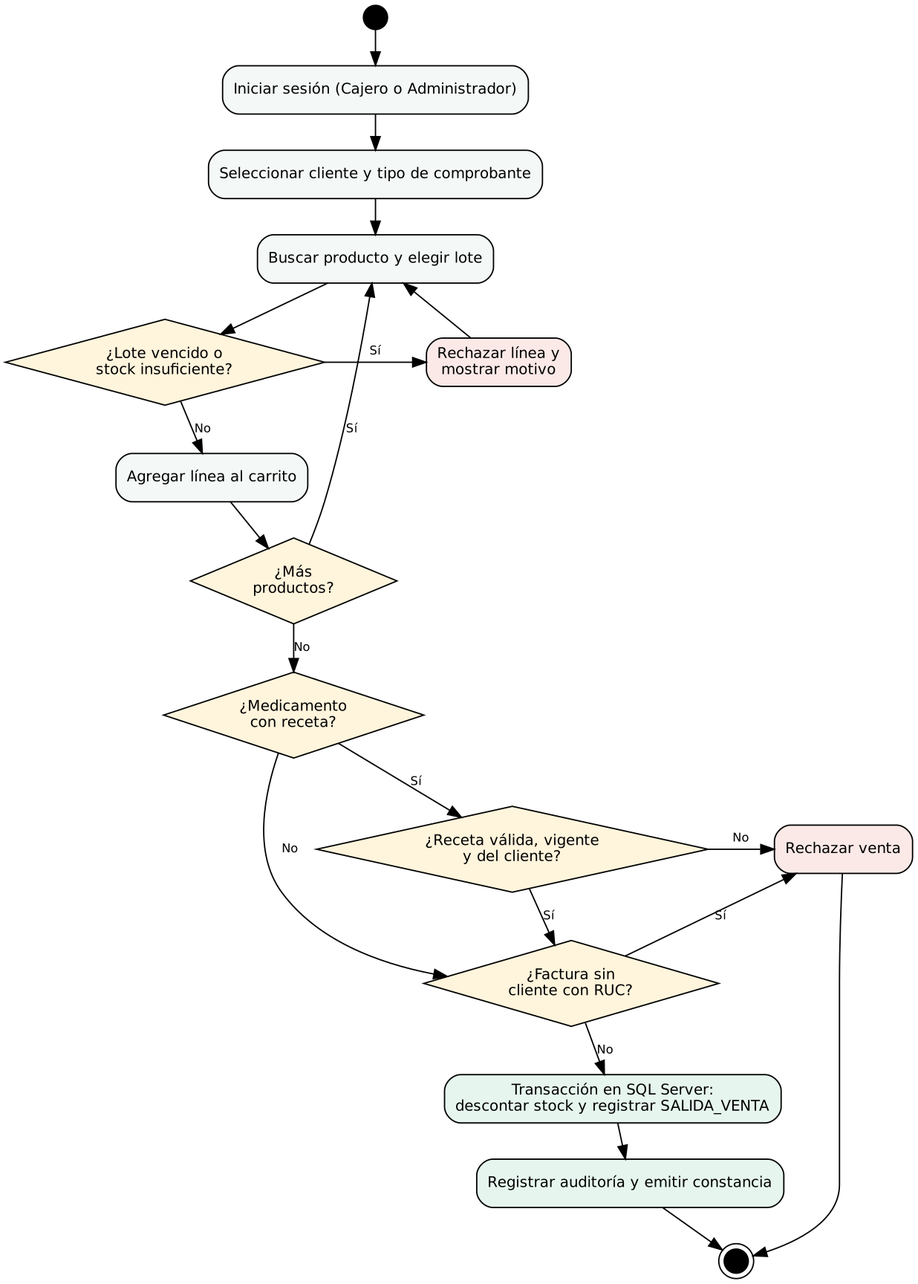
Before: docs/diagramas/actividad_venta.png, a diagram exported from Mermaid (angelonavarroxd23-lab/Farma-Control). Its source is kept beside it as docs/diagramas/src/actividad_venta.mmd. Its diagram source:
```mermaid
flowchart TD
A([Inicio]) --> B[Iniciar sesión]
B --> C[Seleccionar cliente y tipo de comprobante]
C --> D[Buscar producto y elegir lote]
D --> E{¿Lote vencido o sin stock suficiente?}
E -- Sí --> F[Rechazar línea y mostrar motivo] --> D
E -- No --> G[Agregar línea al carrito]
G --> H{¿Más productos?}
H -- Sí --> D
H -- No --> I{¿Hay medicamento con receta?}
I -- Sí --> J{¿Receta registrada, válida, vigente y del cliente?}
J -- No --> K[Rechazar venta] --> Z([Fin])
J -- Sí --> L
I -- No --> L{¿Factura?}
L -- Sí --> M{¿Cliente con RUC?}
M -- No --> K
M -- Sí --> N
L -- No --> N[Confirmar venta: transacción en SQL Server]
N --> O[Descontar stock y registrar SALIDA_VENTA]
O --> P[Registrar auditoría y emitir constancia]
P --> Z
```
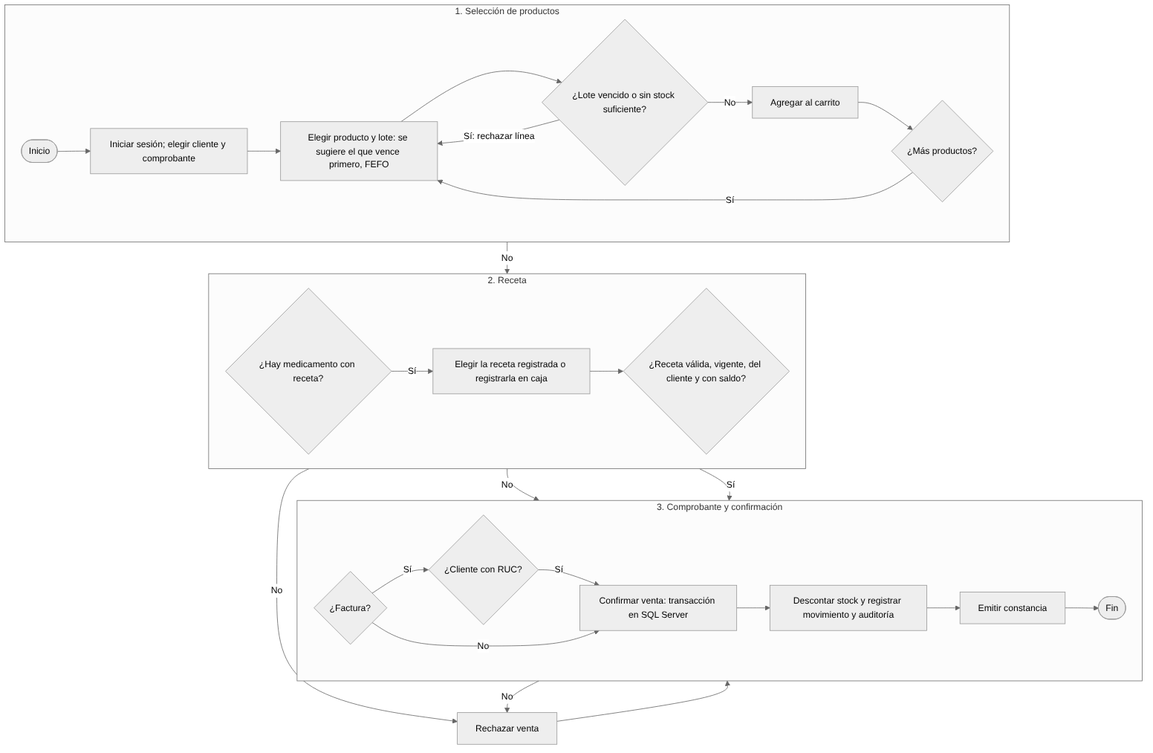
After the commit.

Diff of the diagram source:
```diff
@@ -1,21 +1,26 @@
-flowchart TD
-A([Inicio]) --> B[Iniciar sesión]
-B --> C[Seleccionar cliente y tipo de comprobante]
-C --> D[Buscar producto y elegir lote]
+%%{init: {'flowchart': {'nodeSpacing': 28, 'rankSpacing': 30}}}%%
+flowchart TB
+subgraph S1[1. Selección de productos]
+direction LR
+A([Inicio]) --> B[Iniciar sesión; elegir cliente y comprobante] --> D[Elegir producto y lote: se sugiere el que vence primero, FEFO]
 D --> E{¿Lote vencido o sin stock suficiente?}
-E -- Sí --> F[Rechazar línea y mostrar motivo] --> D
-E -- No --> G[Agregar línea al carrito]
-G --> H{¿Más productos?}
+E -- No --> G[Agregar al carrito] --> H{¿Más productos?}
+end
+subgraph S2[2. Receta]
+direction LR
+I{¿Hay medicamento con receta?} -- Sí --> R1[Elegir la receta registrada o registrarla en caja] --> J{¿Receta válida, vigente, del cliente y con saldo?}
+end
+subgraph S3[3. Comprobante y confirmación]
+direction LR
+L{¿Factura?} -- Sí --> M{¿Cliente con RUC?}
+M -- Sí --> N[Confirmar venta: transacción en SQL Server] --> O[Descontar stock y registrar movimiento y auditoría] --> P[Emitir constancia] --> Z([Fin])
+end
+E -- Sí: rechazar línea --> D
 H -- Sí --> D
-H -- No --> I{¿Hay medicamento con receta?}
-I -- Sí --> J{¿Receta registrada, válida, vigente y del cliente?}
-J -- No --> K[Rechazar venta] --> Z([Fin])
+H -- No --> I
+I -- No --> L
 J -- Sí --> L
-I -- No --> L{¿Factura?}
-L -- Sí --> M{¿Cliente con RUC?}
+J -- No --> K[Rechazar venta]
 M -- No --> K
-M -- Sí --> N
-L -- No --> N[Confirmar venta: transacción en SQL Server]
-N --> O[Descontar stock y registrar SALIDA_VENTA]
-O --> P[Registrar auditoría y emitir constancia]
-P --> Z
+L -- No --> N
+K --> Z
```
